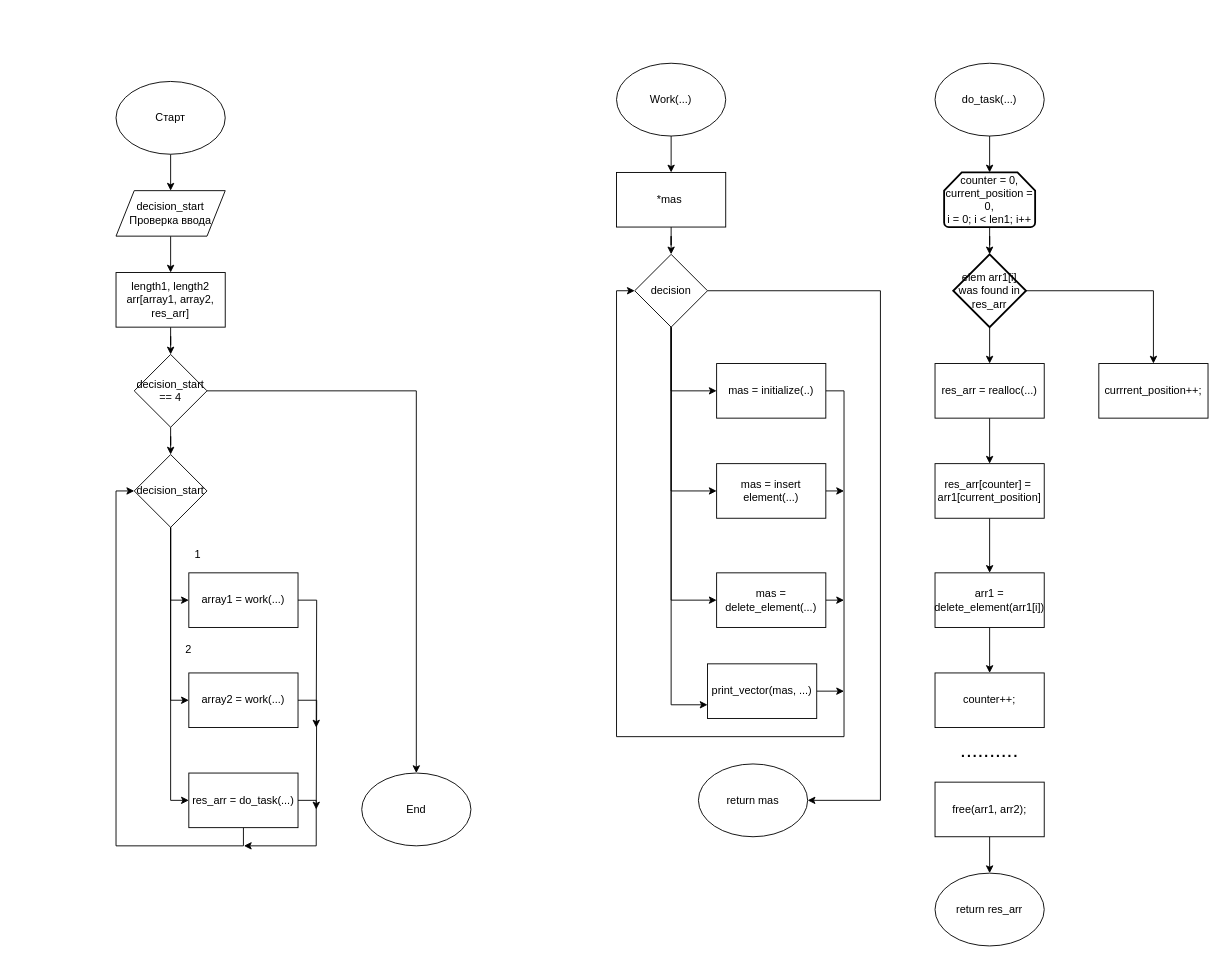
Above: labs/lab3/lab3.drawio in Glebins/mephi_labs (draw.io), before the change. Source tidied: cells renumbered, new cells numbered last; positions are measured from the earlier drawing's top-left corner, leaving out a move shared by most shapes. Both pictures are drawn from the tidied source at 91%, with x=0, y=0 at pixel (116, 63).
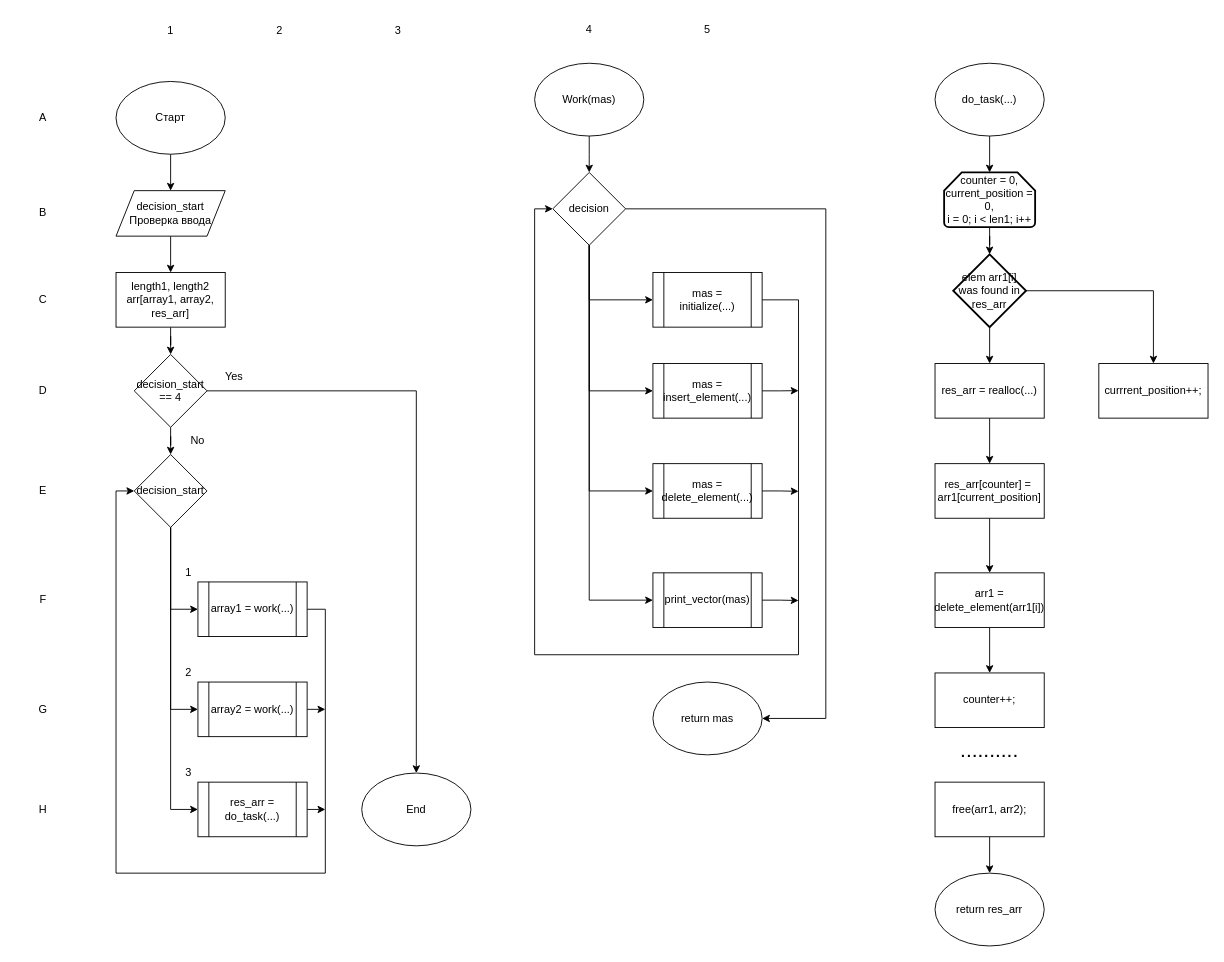
Above is the later version.

The change refers to these unchanged cells:
```xml
<mxCell id="9" value="decision_start" style="rhombus;whiteSpace=wrap;html=1;" parent="1" vertex="1">
  <mxGeometry x="20" y="430" width="80" height="80" as="geometry" />
</mxCell>
```

What changed in the source:
```diff
@@
+    <mxCell id="8" style="edgeStyle=orthogonalEdgeStyle;rounded=0;jettySize=auto;html=1;exitX=0.5;exitY=1;exitDx=0;exitDy=0;entryX=0;entryY=0.5;entryDx=0;entryDy=0;" parent="1" edge="1" source="9" target="11">
+      <mxGeometry relative="1" as="geometry" />
+    </mxCell>
@@
-    <mxCell id="8" style="edgeStyle=orthogonalEdgeStyle;rounded=0;jettySize=auto;html=1;exitX=0.5;exitY=1;exitDx=0;exitDy=0;entryX=0;entryY=0.5;entryDx=0;entryDy=0;" parent="1" edge="1" source="9" target="11">
-      <mxGeometry relative="1" as="geometry" />
-    </mxCell>
@@
-    <mxCell id="10" style="edgeStyle=orthogonalEdgeStyle;rounded=0;jettySize=auto;html=1;exitX=1;exitY=0.5;exitDx=0;exitDy=0;" parent="1" edge="1" source="11">
-      <mxGeometry relative="1" as="geometry">
-        <mxPoint x="220" y="730" as="targetPoint" />
-      </mxGeometry>
-    </mxCell>
-    <mxCell id="11" value="array1 = work(...)" style="whiteSpace=wrap;html=1;" parent="1" vertex="1">
-      <mxGeometry x="80" y="560" width="120" height="60" as="geometry" />
-    </mxCell>
@@
-    <mxCell id="14" style="edgeStyle=orthogonalEdgeStyle;rounded=0;jettySize=auto;html=1;exitX=1;exitY=0.5;exitDx=0;exitDy=0;" parent="1" edge="1" source="15">
-      <mxGeometry relative="1" as="geometry">
-        <mxPoint x="220" y="820" as="targetPoint" />
-      </mxGeometry>
-    </mxCell>
-    <mxCell id="15" value="array2 = work(...)" style="rounded=0;whiteSpace=wrap;html=1;" parent="1" vertex="1">
-      <mxGeometry x="80" y="670" width="120" height="60" as="geometry" />
-    </mxCell>
-    <mxCell id="16" style="edgeStyle=orthogonalEdgeStyle;rounded=0;jettySize=auto;html=1;exitX=0.5;exitY=1;exitDx=0;exitDy=0;entryX=0;entryY=0.5;entryDx=0;entryDy=0;" parent="1" edge="1" source="18" target="9">
-      <mxGeometry relative="1" as="geometry" />
-    </mxCell>
-    <mxCell id="17" style="edgeStyle=orthogonalEdgeStyle;rounded=0;jettySize=auto;html=1;exitX=1;exitY=0.5;exitDx=0;exitDy=0;" parent="1" edge="1" source="18">
-      <mxGeometry relative="1" as="geometry">
-        <mxPoint x="140" y="860" as="targetPoint" />
-      </mxGeometry>
-    </mxCell>
-    <mxCell id="18" value="res_arr = do_task(...)" style="rounded=0;whiteSpace=wrap;html=1;" parent="1" vertex="1">
-      <mxGeometry x="80" y="780" width="120" height="60" as="geometry" />
-    </mxCell>
@@
-    <mxCell id="23" style="edgeStyle=orthogonalEdgeStyle;rounded=0;jettySize=auto;html=1;" parent="1" edge="1" source="24" target="32">
-      <mxGeometry relative="1" as="geometry" />
+    <mxCell id="23" style="edgeStyle=orthogonalEdgeStyle;rounded=0;jettySize=auto;html=1;" parent="1" edge="1" source="24">
+      <mxGeometry relative="1" as="geometry">
+        <mxPoint x="520" y="120" as="targetPoint" />
+      </mxGeometry>
     </mxCell>
-    <mxCell id="24" value="Work(...)" style="ellipse;whiteSpace=wrap;html=1;" parent="1" vertex="1">
-      <mxGeometry x="550" width="120" height="80" as="geometry" />
+    <mxCell id="24" value="Work(mas)" style="ellipse;whiteSpace=wrap;html=1;" parent="1" vertex="1">
+      <mxGeometry x="460" width="120" height="80" as="geometry" />
     </mxCell>
-    <mxCell id="25" style="edgeStyle=orthogonalEdgeStyle;rounded=0;jettySize=auto;html=1;exitX=0.5;exitY=1;exitDx=0;exitDy=0;entryX=0;entryY=0.75;entryDx=0;entryDy=0;" parent="1" edge="1" source="30" target="40">
-      <mxGeometry relative="1" as="geometry" />
-    </mxCell>
-    <mxCell id="26" style="edgeStyle=orthogonalEdgeStyle;rounded=0;jettySize=auto;html=1;exitX=0.5;exitY=1;exitDx=0;exitDy=0;entryX=0;entryY=0.5;entryDx=0;entryDy=0;" parent="1" edge="1" source="30" target="34">
-      <mxGeometry relative="1" as="geometry" />
-    </mxCell>
-    <mxCell id="27" style="edgeStyle=orthogonalEdgeStyle;rounded=0;jettySize=auto;html=1;exitX=0.5;exitY=1;exitDx=0;exitDy=0;entryX=0;entryY=0.5;entryDx=0;entryDy=0;" parent="1" edge="1" source="30" target="36">
-      <mxGeometry relative="1" as="geometry" />
-    </mxCell>
+    <mxCell id="63" style="edgeStyle=orthogonalEdgeStyle;rounded=0;jettySize=auto;html=1;exitX=0.5;exitY=1;exitDx=0;exitDy=0;entryX=0;entryY=0.5;entryDx=0;entryDy=0;" parent="1" edge="1" source="30" target="87">
+      <mxGeometry relative="1" as="geometry" />
+    </mxCell>
+    <mxCell id="64" style="edgeStyle=orthogonalEdgeStyle;rounded=0;jettySize=auto;html=1;exitX=0.5;exitY=1;exitDx=0;exitDy=0;entryX=0;entryY=0.5;entryDx=0;entryDy=0;" parent="1" edge="1" source="30" target="89">
+      <mxGeometry relative="1" as="geometry" />
+    </mxCell>
@@
-    <mxCell id="29" style="edgeStyle=orthogonalEdgeStyle;rounded=0;jettySize=auto;html=1;exitX=1;exitY=0.5;exitDx=0;exitDy=0;entryX=1;entryY=0.5;entryDx=0;entryDy=0;" parent="1" edge="1" source="30" target="41">
-      <mxGeometry relative="1" as="geometry">
-        <Array as="points">
-          <mxPoint x="840" y="250" />
-          <mxPoint x="840" y="810" />
-        </Array>
-      </mxGeometry>
-    </mxCell>
+    <mxCell id="65" style="edgeStyle=orthogonalEdgeStyle;rounded=0;jettySize=auto;html=1;exitX=0.5;exitY=1;exitDx=0;exitDy=0;entryX=0;entryY=0.5;entryDx=0;entryDy=0;" parent="1" edge="1" source="30" target="92">
+      <mxGeometry relative="1" as="geometry" />
+    </mxCell>
+    <mxCell id="66" style="edgeStyle=orthogonalEdgeStyle;rounded=0;jettySize=auto;html=1;exitX=1;exitY=0.5;exitDx=0;exitDy=0;" parent="1" edge="1" source="30">
+      <mxGeometry relative="1" as="geometry">
+        <mxPoint x="710" y="720" as="targetPoint" />
+        <Array as="points">
+          <mxPoint x="780" y="160" />
+          <mxPoint x="780" y="720" />
+        </Array>
+      </mxGeometry>
+    </mxCell>
     <mxCell id="30" value="decision" style="rhombus;whiteSpace=wrap;html=1;" parent="1" vertex="1">
-      <mxGeometry x="570" y="210" width="80" height="80" as="geometry" />
+      <mxGeometry x="480" y="120" width="80" height="80" as="geometry" />
     </mxCell>
-    <mxCell id="31" style="edgeStyle=orthogonalEdgeStyle;rounded=0;jettySize=auto;html=1;" parent="1" edge="1" source="32" target="30">
-      <mxGeometry relative="1" as="geometry" />
-    </mxCell>
-    <mxCell id="32" value="*mas&amp;nbsp;" style="rounded=0;whiteSpace=wrap;html=1;" parent="1" vertex="1">
-      <mxGeometry x="550" y="120" width="120" height="60" as="geometry" />
-    </mxCell>
-    <mxCell id="33" style="edgeStyle=orthogonalEdgeStyle;rounded=0;jettySize=auto;html=1;exitX=1;exitY=0.5;exitDx=0;exitDy=0;entryX=0;entryY=0.5;entryDx=0;entryDy=0;" parent="1" edge="1" source="34" target="30">
-      <mxGeometry relative="1" as="geometry">
-        <Array as="points">
-          <mxPoint x="800" y="360" />
-          <mxPoint x="800" y="740" />
-          <mxPoint x="550" y="740" />
-          <mxPoint x="550" y="250" />
-        </Array>
-      </mxGeometry>
-    </mxCell>
-    <mxCell id="34" value="mas = initialize(..)" style="rounded=0;whiteSpace=wrap;html=1;" parent="1" vertex="1">
-      <mxGeometry x="660" y="330" width="120" height="60" as="geometry" />
-    </mxCell>
-    <mxCell id="35" style="edgeStyle=orthogonalEdgeStyle;rounded=0;jettySize=auto;html=1;exitX=1;exitY=0.5;exitDx=0;exitDy=0;" parent="1" edge="1" source="36">
-      <mxGeometry relative="1" as="geometry">
-        <mxPoint x="800" y="470" as="targetPoint" />
-      </mxGeometry>
-    </mxCell>
-    <mxCell id="36" value="mas = insert element(...)" style="rounded=0;whiteSpace=wrap;html=1;" parent="1" vertex="1">
-      <mxGeometry x="660" y="440" width="120" height="60" as="geometry" />
-    </mxCell>
-    <mxCell id="37" style="edgeStyle=orthogonalEdgeStyle;rounded=0;jettySize=auto;html=1;exitX=1;exitY=0.5;exitDx=0;exitDy=0;" parent="1" edge="1" source="38">
-      <mxGeometry relative="1" as="geometry">
-        <mxPoint x="800" y="590" as="targetPoint" />
-      </mxGeometry>
-    </mxCell>
-    <mxCell id="38" value="mas = delete_element(...)" style="rounded=0;whiteSpace=wrap;html=1;" parent="1" vertex="1">
-      <mxGeometry x="660" y="560" width="120" height="60" as="geometry" />
-    </mxCell>
-    <mxCell id="39" style="edgeStyle=orthogonalEdgeStyle;rounded=0;jettySize=auto;html=1;exitX=1;exitY=0.5;exitDx=0;exitDy=0;" parent="1" edge="1" source="40">
-      <mxGeometry relative="1" as="geometry">
-        <mxPoint x="800" y="690" as="targetPoint" />
-      </mxGeometry>
-    </mxCell>
-    <mxCell id="40" value="print_vector(mas, ...)" style="rounded=0;whiteSpace=wrap;html=1;" parent="1" vertex="1">
-      <mxGeometry x="650" y="660" width="120" height="60" as="geometry" />
-    </mxCell>
     <mxCell id="41" value="return mas" style="ellipse;whiteSpace=wrap;html=1;" parent="1" vertex="1">
-      <mxGeometry x="640" y="770" width="120" height="80" as="geometry" />
+      <mxGeometry x="590" y="680" width="120" height="80" as="geometry" />
     </mxCell>
@@
-    <mxCell id="61" value="1" style="text;html=1;strokeColor=none;fillColor=none;align=center;verticalAlign=middle;whiteSpace=wrap;rounded=0;" parent="1" vertex="1">
-      <mxGeometry x="60" y="510" width="60" height="60" as="geometry" />
-    </mxCell>
-    <mxCell id="62" value="2" style="text;html=1;strokeColor=none;fillColor=none;align=center;verticalAlign=middle;whiteSpace=wrap;rounded=0;" parent="1" vertex="1">
-      <mxGeometry x="50" y="640" width="60" height="10" as="geometry" />
-    </mxCell>
+    <mxCell id="67" style="edgeStyle=orthogonalEdgeStyle;rounded=0;jettySize=auto;html=1;exitX=1;exitY=0.5;exitDx=0;exitDy=0;entryX=0;entryY=0.5;entryDx=0;entryDy=0;" parent="1" edge="1" source="11" target="9">
+      <mxGeometry relative="1" as="geometry">
+        <Array as="points">
+          <mxPoint x="230" y="600" />
+          <mxPoint x="230" y="890" />
+          <mxPoint y="890" />
+          <mxPoint y="470" />
+        </Array>
+      </mxGeometry>
+    </mxCell>
+    <mxCell id="11" value="array1 = work(...)" style="shape=process;whiteSpace=wrap;html=1;backgroundOutline=1;" parent="1" vertex="1">
+      <mxGeometry x="90" y="570" width="120" height="60" as="geometry" />
+    </mxCell>
+    <mxCell id="68" style="edgeStyle=orthogonalEdgeStyle;rounded=0;jettySize=auto;html=1;exitX=1;exitY=0.5;exitDx=0;exitDy=0;" parent="1" edge="1" source="15">
+      <mxGeometry relative="1" as="geometry">
+        <mxPoint x="230" y="710" as="targetPoint" />
+      </mxGeometry>
+    </mxCell>
+    <mxCell id="15" value="array2 = work(...)" style="shape=process;whiteSpace=wrap;html=1;backgroundOutline=1;" parent="1" vertex="1">
+      <mxGeometry x="90" y="680" width="120" height="60" as="geometry" />
+    </mxCell>
+    <mxCell id="69" style="edgeStyle=orthogonalEdgeStyle;rounded=0;jettySize=auto;html=1;exitX=1;exitY=0.5;exitDx=0;exitDy=0;" parent="1" edge="1" source="18">
+      <mxGeometry relative="1" as="geometry">
+        <mxPoint x="230" y="820.6" as="targetPoint" />
+      </mxGeometry>
+    </mxCell>
+    <mxCell id="18" value="res_arr = do_task(...)" style="shape=process;whiteSpace=wrap;html=1;backgroundOutline=1;" parent="1" vertex="1">
+      <mxGeometry x="90" y="790" width="120" height="60" as="geometry" />
+    </mxCell>
+    <mxCell id="70" value="Yes" style="text;html=1;strokeColor=none;fillColor=none;align=center;verticalAlign=middle;whiteSpace=wrap;rounded=0;" parent="1" vertex="1">
+      <mxGeometry x="100" y="330" width="60" height="30" as="geometry" />
+    </mxCell>
+    <mxCell id="71" value="No" style="text;html=1;strokeColor=none;fillColor=none;align=center;verticalAlign=middle;whiteSpace=wrap;rounded=0;" parent="1" vertex="1">
+      <mxGeometry x="60" y="400" width="60" height="30" as="geometry" />
+    </mxCell>
+    <mxCell id="72" value="1" style="text;html=1;strokeColor=none;fillColor=none;align=center;verticalAlign=middle;whiteSpace=wrap;rounded=0;" parent="1" vertex="1">
+      <mxGeometry x="60" y="549" width="40" height="21" as="geometry" />
+    </mxCell>
+    <mxCell id="73" value="2" style="text;html=1;strokeColor=none;fillColor=none;align=center;verticalAlign=middle;whiteSpace=wrap;rounded=0;" parent="1" vertex="1">
+      <mxGeometry x="60" y="659" width="40" height="21" as="geometry" />
+    </mxCell>
+    <mxCell id="74" value="3" style="text;html=1;strokeColor=none;fillColor=none;align=center;verticalAlign=middle;whiteSpace=wrap;rounded=0;" parent="1" vertex="1">
+      <mxGeometry x="65" y="770" width="30" height="20" as="geometry" />
+    </mxCell>
+    <mxCell id="75" value="1" style="text;html=1;strokeColor=none;fillColor=none;align=center;verticalAlign=middle;whiteSpace=wrap;rounded=0;" parent="1" vertex="1">
+      <mxGeometry x="30" y="-51" width="60" height="30" as="geometry" />
+    </mxCell>
+    <mxCell id="76" value="2" style="text;html=1;strokeColor=none;fillColor=none;align=center;verticalAlign=middle;whiteSpace=wrap;rounded=0;" parent="1" vertex="1">
+      <mxGeometry x="150" y="-51" width="60" height="30" as="geometry" />
+    </mxCell>
+    <mxCell id="77" value="3" style="text;html=1;strokeColor=none;fillColor=none;align=center;verticalAlign=middle;whiteSpace=wrap;rounded=0;" parent="1" vertex="1">
+      <mxGeometry x="280" y="-51" width="60" height="30" as="geometry" />
+    </mxCell>
+    <mxCell id="78" value="A" style="text;html=1;strokeColor=none;fillColor=none;align=center;verticalAlign=middle;whiteSpace=wrap;rounded=0;" parent="1" vertex="1">
+      <mxGeometry x="-110" y="45" width="60" height="30" as="geometry" />
+    </mxCell>
+    <mxCell id="79" value="B" style="text;html=1;strokeColor=none;fillColor=none;align=center;verticalAlign=middle;whiteSpace=wrap;rounded=0;" parent="1" vertex="1">
+      <mxGeometry x="-110" y="149" width="60" height="30" as="geometry" />
+    </mxCell>
+    <mxCell id="80" value="C" style="text;html=1;strokeColor=none;fillColor=none;align=center;verticalAlign=middle;whiteSpace=wrap;rounded=0;" parent="1" vertex="1">
+      <mxGeometry x="-110" y="245" width="60" height="30" as="geometry" />
+    </mxCell>
+    <mxCell id="81" value="D" style="text;html=1;strokeColor=none;fillColor=none;align=center;verticalAlign=middle;whiteSpace=wrap;rounded=0;" parent="1" vertex="1">
+      <mxGeometry x="-110" y="345" width="60" height="30" as="geometry" />
+    </mxCell>
+    <mxCell id="82" value="E" style="text;html=1;strokeColor=none;fillColor=none;align=center;verticalAlign=middle;whiteSpace=wrap;rounded=0;" parent="1" vertex="1">
+      <mxGeometry x="-110" y="455" width="60" height="30" as="geometry" />
+    </mxCell>
+    <mxCell id="83" value="F" style="text;html=1;strokeColor=none;fillColor=none;align=center;verticalAlign=middle;whiteSpace=wrap;rounded=0;" parent="1" vertex="1">
+      <mxGeometry x="-110" y="575" width="60" height="30" as="geometry" />
+    </mxCell>
+    <mxCell id="84" value="G" style="text;html=1;strokeColor=none;fillColor=none;align=center;verticalAlign=middle;whiteSpace=wrap;rounded=0;" parent="1" vertex="1">
+      <mxGeometry x="-110" y="695" width="60" height="30" as="geometry" />
+    </mxCell>
+    <mxCell id="85" value="H" style="text;html=1;strokeColor=none;fillColor=none;align=center;verticalAlign=middle;whiteSpace=wrap;rounded=0;" parent="1" vertex="1">
+      <mxGeometry x="-110" y="805" width="60" height="30" as="geometry" />
+    </mxCell>
+    <mxCell id="86" style="edgeStyle=orthogonalEdgeStyle;rounded=0;jettySize=auto;html=1;exitX=1;exitY=0.5;exitDx=0;exitDy=0;entryX=0;entryY=0.5;entryDx=0;entryDy=0;" parent="1" edge="1" source="87" target="30">
+      <mxGeometry relative="1" as="geometry">
+        <Array as="points">
+          <mxPoint x="750" y="260" />
+          <mxPoint x="750" y="650" />
+          <mxPoint x="460" y="650" />
+          <mxPoint x="460" y="160" />
+        </Array>
+      </mxGeometry>
+    </mxCell>
+    <mxCell id="87" value="mas = initialize(...)" style="shape=process;whiteSpace=wrap;html=1;backgroundOutline=1;" parent="1" vertex="1">
+      <mxGeometry x="590" y="230" width="120" height="60" as="geometry" />
+    </mxCell>
+    <mxCell id="88" style="edgeStyle=orthogonalEdgeStyle;rounded=0;jettySize=auto;html=1;exitX=1;exitY=0.5;exitDx=0;exitDy=0;" parent="1" edge="1" source="89">
+      <mxGeometry relative="1" as="geometry">
+        <mxPoint x="750" y="359.8" as="targetPoint" />
+      </mxGeometry>
+    </mxCell>
+    <mxCell id="89" value="mas = insert_element(...)" style="shape=process;whiteSpace=wrap;html=1;backgroundOutline=1;" parent="1" vertex="1">
+      <mxGeometry x="590" y="330" width="120" height="60" as="geometry" />
+    </mxCell>
+    <mxCell id="90" style="edgeStyle=orthogonalEdgeStyle;rounded=0;jettySize=auto;html=1;exitX=1;exitY=0.5;exitDx=0;exitDy=0;" parent="1" edge="1" source="38">
+      <mxGeometry relative="1" as="geometry">
+        <mxPoint x="750" y="470.4" as="targetPoint" />
+      </mxGeometry>
+    </mxCell>
+    <mxCell id="38" value="mas = delete_element(...)" style="shape=process;whiteSpace=wrap;html=1;backgroundOutline=1;" parent="1" vertex="1">
+      <mxGeometry x="590" y="440" width="120" height="60" as="geometry" />
+    </mxCell>
+    <mxCell id="91" style="edgeStyle=orthogonalEdgeStyle;rounded=0;jettySize=auto;html=1;exitX=1;exitY=0.5;exitDx=0;exitDy=0;" parent="1" edge="1" source="92">
+      <mxGeometry relative="1" as="geometry">
+        <mxPoint x="750" y="590.4" as="targetPoint" />
+      </mxGeometry>
+    </mxCell>
+    <mxCell id="92" value="print_vector(mas)" style="shape=process;whiteSpace=wrap;html=1;backgroundOutline=1;" parent="1" vertex="1">
+      <mxGeometry x="590" y="560" width="120" height="60" as="geometry" />
+    </mxCell>
+    <mxCell id="93" value="4" style="text;html=1;strokeColor=none;fillColor=none;align=center;verticalAlign=middle;whiteSpace=wrap;rounded=0;" parent="1" vertex="1">
+      <mxGeometry x="490" y="-52" width="60" height="30" as="geometry" />
+    </mxCell>
+    <mxCell id="94" value="5" style="text;html=1;strokeColor=none;fillColor=none;align=center;verticalAlign=middle;whiteSpace=wrap;rounded=0;" parent="1" vertex="1">
+      <mxGeometry x="620" y="-52" width="60" height="30" as="geometry" />
+    </mxCell>
```
